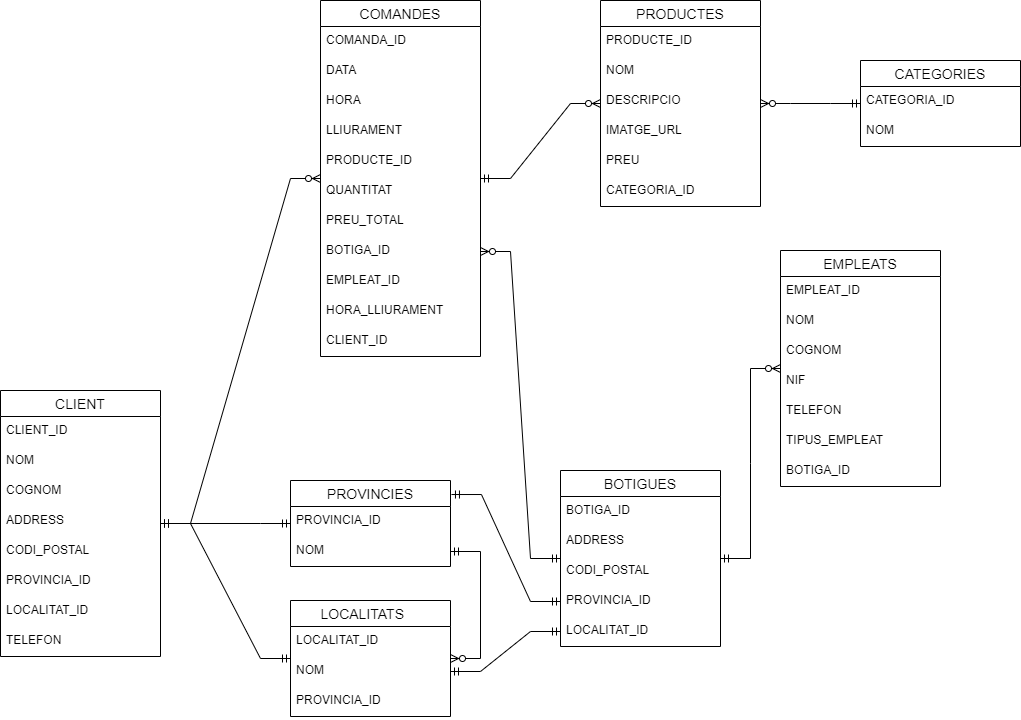
Above: Estructura de dades - MongoDB/pizzeria/pizzeria_diagram.png in oscarvargas4/itacademy-sprint2-datastructure (draw.io), before the change. Source tidied: cells renumbered, new cells last; positions are measured from the earlier drawing's top-left corner, leaving out a move shared by most shapes.
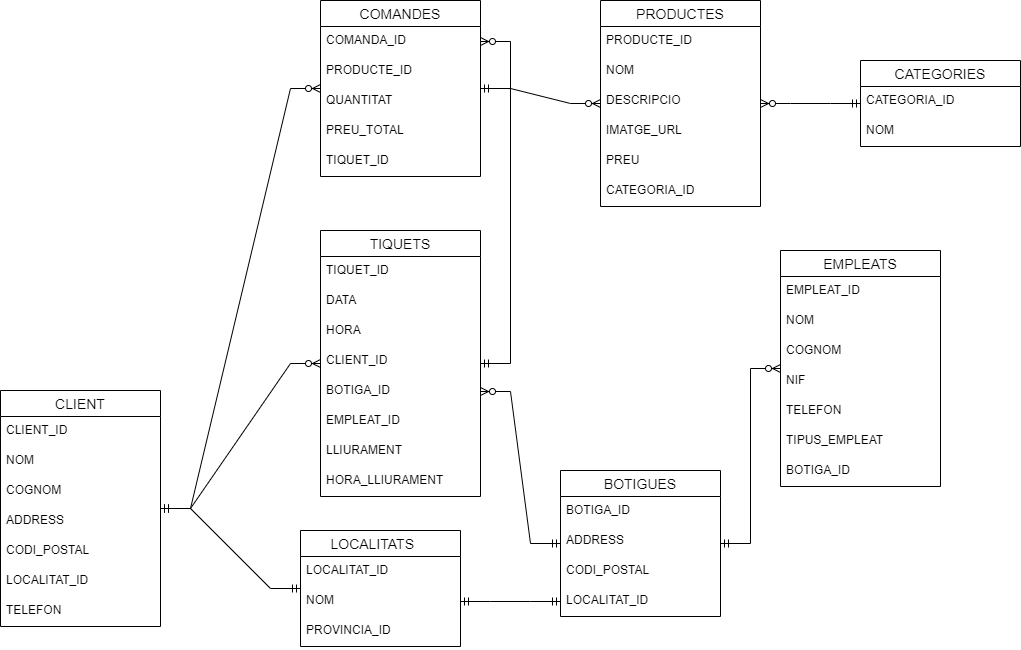
After the commit.

The edit, as a diff of the source:
```diff
@@ -3,7 +3,7 @@
     <mxCell id="0" />
     <mxCell id="1" parent="0" />
     <mxCell id="2" value="CLIENT" style="swimlane;fontStyle=0;horizontal=1;startSize=26;align=center;fontSize=14;" parent="1" vertex="1">
-      <mxGeometry y="390" width="160" height="266" as="geometry" />
+      <mxGeometry y="390" width="160" height="236" as="geometry" />
     </mxCell>
     <mxCell id="3" value="CLIENT_ID" style="text;strokeColor=none;fillColor=none;spacingLeft=4;spacingRight=4;overflow=hidden;fontSize=12;" parent="2" vertex="1">
       <mxGeometry y="26" width="160" height="30" as="geometry" />
@@ -20,26 +20,14 @@
     <mxCell id="7" value="CODI_POSTAL" style="text;strokeColor=none;fillColor=none;spacingLeft=4;spacingRight=4;overflow=hidden;fontSize=12;" parent="2" vertex="1">
       <mxGeometry y="146" width="160" height="30" as="geometry" />
     </mxCell>
-    <mxCell id="8" value="PROVINCIA_ID" style="text;strokeColor=none;fillColor=none;spacingLeft=4;spacingRight=4;overflow=hidden;fontSize=12;" parent="2" vertex="1">
-      <mxGeometry y="176" width="160" height="30" as="geometry" />
-    </mxCell>
     <mxCell id="9" value="LOCALITAT_ID" style="text;strokeColor=none;fillColor=none;spacingLeft=4;spacingRight=4;overflow=hidden;fontSize=12;" parent="2" vertex="1">
-      <mxGeometry y="206" width="160" height="30" as="geometry" />
+      <mxGeometry y="176" width="160" height="30" as="geometry" />
     </mxCell>
     <mxCell id="10" value="TELEFON" style="text;strokeColor=none;fillColor=none;spacingLeft=4;spacingRight=4;overflow=hidden;fontSize=12;" parent="2" vertex="1">
-      <mxGeometry y="236" width="160" height="30" as="geometry" />
+      <mxGeometry y="206" width="160" height="30" as="geometry" />
     </mxCell>
-    <mxCell id="11" value="PROVINCIES" style="swimlane;fontStyle=0;horizontal=1;startSize=26;align=center;fontSize=14;" parent="1" vertex="1">
-      <mxGeometry x="290" y="480" width="160" height="86" as="geometry" />
-    </mxCell>
-    <mxCell id="12" value="PROVINCIA_ID" style="text;strokeColor=none;fillColor=none;spacingLeft=4;spacingRight=4;overflow=hidden;fontSize=12;" parent="11" vertex="1">
-      <mxGeometry y="26" width="160" height="30" as="geometry" />
-    </mxCell>
-    <mxCell id="13" value="NOM" style="text;strokeColor=none;fillColor=none;spacingLeft=4;spacingRight=4;overflow=hidden;points=[[0,0.5],[1,0.5]];portConstraint=eastwest;fontSize=12;" parent="11" vertex="1">
-      <mxGeometry y="56" width="160" height="30" as="geometry" />
-    </mxCell>
     <mxCell id="14" value="LOCALITATS    " style="swimlane;fontStyle=0;horizontal=1;startSize=26;align=center;fontSize=14;" parent="1" vertex="1">
-      <mxGeometry x="290" y="600" width="160" height="116" as="geometry" />
+      <mxGeometry x="300" y="530" width="160" height="116" as="geometry" />
     </mxCell>
     <mxCell id="15" value="LOCALITAT_ID" style="text;strokeColor=none;fillColor=none;spacingLeft=4;spacingRight=4;overflow=hidden;fontSize=12;" parent="14" vertex="1">
       <mxGeometry y="26" width="160" height="30" as="geometry" />
@@ -50,51 +38,27 @@
     <mxCell id="17" value="PROVINCIA_ID" style="text;strokeColor=none;fillColor=none;spacingLeft=4;spacingRight=4;overflow=hidden;fontSize=12;" parent="14" vertex="1">
       <mxGeometry y="86" width="160" height="30" as="geometry" />
     </mxCell>
-    <mxCell id="18" style="edgeStyle=entityRelationEdgeStyle;fontSize=12;html=1;endArrow=ERzeroToMany;startArrow=ERmandOne;rounded=0;exitX=1;exitY=0.5;exitDx=0;exitDy=0;" parent="1" edge="1" source="13" target="14">
-      <mxGeometry relative="1" as="geometry" />
-    </mxCell>
     <mxCell id="19" style="edgeStyle=entityRelationEdgeStyle;fontSize=12;html=1;endArrow=ERmandOne;startArrow=ERmandOne;rounded=0;" parent="1" edge="1" source="2" target="14">
       <mxGeometry relative="1" as="geometry" />
     </mxCell>
-    <mxCell id="20" style="edgeStyle=entityRelationEdgeStyle;fontSize=12;html=1;endArrow=ERmandOne;startArrow=ERmandOne;rounded=0;" parent="1" edge="1" source="2" target="11">
-      <mxGeometry relative="1" as="geometry" />
-    </mxCell>
     <mxCell id="21" value="COMANDES" style="swimlane;fontStyle=0;horizontal=1;startSize=26;align=center;fontSize=14;" parent="1" vertex="1">
-      <mxGeometry x="320" width="160" height="356" as="geometry" />
+      <mxGeometry x="320" width="160" height="176" as="geometry" />
     </mxCell>
     <mxCell id="22" value="COMANDA_ID" style="text;strokeColor=none;fillColor=none;spacingLeft=4;spacingRight=4;overflow=hidden;points=[[0,0.5],[1,0.5]];portConstraint=eastwest;fontSize=12;" parent="21" vertex="1">
       <mxGeometry y="26" width="160" height="30" as="geometry" />
     </mxCell>
-    <mxCell id="23" value="DATA" style="text;strokeColor=none;fillColor=none;spacingLeft=4;spacingRight=4;overflow=hidden;fontSize=12;" parent="21" vertex="1">
-      <mxGeometry y="56" width="160" height="30" as="geometry" />
-    </mxCell>
-    <mxCell id="24" value="HORA" style="text;strokeColor=none;fillColor=none;spacingLeft=4;spacingRight=4;overflow=hidden;fontSize=12;" parent="21" vertex="1">
-      <mxGeometry y="86" width="160" height="30" as="geometry" />
-    </mxCell>
-    <mxCell id="25" value="LLIURAMENT" style="text;strokeColor=none;fillColor=none;spacingLeft=4;spacingRight=4;overflow=hidden;fontSize=12;" parent="21" vertex="1">
-      <mxGeometry y="116" width="160" height="30" as="geometry" />
-    </mxCell>
     <mxCell id="26" value="PRODUCTE_ID" style="text;strokeColor=none;fillColor=none;spacingLeft=4;spacingRight=4;overflow=hidden;fontSize=12;" parent="21" vertex="1">
-      <mxGeometry y="146" width="160" height="30" as="geometry" />
+      <mxGeometry y="56" width="160" height="30" as="geometry" />
     </mxCell>
     <mxCell id="27" value="QUANTITAT" style="text;strokeColor=none;fillColor=none;spacingLeft=4;spacingRight=4;overflow=hidden;fontSize=12;" parent="21" vertex="1">
-      <mxGeometry y="176" width="160" height="30" as="geometry" />
+      <mxGeometry y="86" width="160" height="30" as="geometry" />
     </mxCell>
     <mxCell id="28" value="PREU_TOTAL" style="text;strokeColor=none;fillColor=none;spacingLeft=4;spacingRight=4;overflow=hidden;fontSize=12;" parent="21" vertex="1">
-      <mxGeometry y="206" width="160" height="30" as="geometry" />
+      <mxGeometry y="116" width="160" height="30" as="geometry" />
     </mxCell>
-    <mxCell id="29" value="BOTIGA_ID" style="text;strokeColor=none;fillColor=none;spacingLeft=4;spacingRight=4;overflow=hidden;points=[[0,0.5],[1,0.5]];portConstraint=eastwest;fontSize=12;" parent="21" vertex="1">
-      <mxGeometry y="236" width="160" height="30" as="geometry" />
-    </mxCell>
-    <mxCell id="30" value="EMPLEAT_ID" style="text;strokeColor=none;fillColor=none;spacingLeft=4;spacingRight=4;overflow=hidden;fontSize=12;" parent="21" vertex="1">
-      <mxGeometry y="266" width="160" height="30" as="geometry" />
-    </mxCell>
-    <mxCell id="31" value="HORA_LLIURAMENT" style="text;strokeColor=none;fillColor=none;spacingLeft=4;spacingRight=4;overflow=hidden;fontSize=12;" parent="21" vertex="1">
-      <mxGeometry y="296" width="160" height="30" as="geometry" />
-    </mxCell>
-    <mxCell id="32" value="CLIENT_ID" style="text;strokeColor=none;fillColor=none;spacingLeft=4;spacingRight=4;overflow=hidden;fontSize=12;" parent="21" vertex="1">
-      <mxGeometry y="326" width="160" height="30" as="geometry" />
-    </mxCell>
+    <mxCell id="64" value="TIQUET_ID" style="text;strokeColor=none;fillColor=none;spacingLeft=4;spacingRight=4;overflow=hidden;fontSize=12;" parent="21" vertex="1">
+      <mxGeometry y="146" width="160" height="30" as="geometry" />
+    </mxCell>
     <mxCell id="33" style="edgeStyle=entityRelationEdgeStyle;fontSize=12;html=1;endArrow=ERzeroToMany;startArrow=ERmandOne;rounded=0;" parent="1" edge="1" source="2" target="21">
       <mxGeometry relative="1" as="geometry" />
     </mxCell>
@@ -135,7 +99,7 @@
       <mxGeometry relative="1" as="geometry" />
     </mxCell>
     <mxCell id="46" value="BOTIGUES" style="swimlane;fontStyle=0;horizontal=1;startSize=26;align=center;fontSize=14;" parent="1" vertex="1">
-      <mxGeometry x="560" y="470" width="160" height="176" as="geometry" />
+      <mxGeometry x="560" y="470" width="160" height="146" as="geometry" />
     </mxCell>
     <mxCell id="47" value="BOTIGA_ID" style="text;strokeColor=none;fillColor=none;spacingLeft=4;spacingRight=4;overflow=hidden;fontSize=12;" parent="46" vertex="1">
       <mxGeometry y="26" width="160" height="30" as="geometry" />
@@ -146,11 +110,8 @@
     <mxCell id="49" value="CODI_POSTAL" style="text;strokeColor=none;fillColor=none;spacingLeft=4;spacingRight=4;overflow=hidden;fontSize=12;" parent="46" vertex="1">
       <mxGeometry y="86" width="160" height="30" as="geometry" />
     </mxCell>
-    <mxCell id="50" value="PROVINCIA_ID" style="text;strokeColor=none;fillColor=none;spacingLeft=4;spacingRight=4;overflow=hidden;points=[[0,0.5],[1,0.5]];portConstraint=eastwest;fontSize=12;" parent="46" vertex="1">
-      <mxGeometry y="116" width="160" height="30" as="geometry" />
-    </mxCell>
     <mxCell id="51" value="LOCALITAT_ID" style="text;strokeColor=none;fillColor=none;spacingLeft=4;spacingRight=4;overflow=hidden;points=[[0,0.5],[1,0.5]];portConstraint=eastwest;fontSize=12;" parent="46" vertex="1">
-      <mxGeometry y="146" width="160" height="30" as="geometry" />
+      <mxGeometry y="116" width="160" height="30" as="geometry" />
     </mxCell>
     <mxCell id="52" style="edgeStyle=entityRelationEdgeStyle;fontSize=12;html=1;endArrow=ERzeroToMany;startArrow=ERmandOne;rounded=0;entryX=1;entryY=0.5;entryDx=0;entryDy=0;" parent="1" edge="1" source="46" target="29">
       <mxGeometry relative="1" as="geometry" />
@@ -182,11 +143,41 @@
     <mxCell id="61" style="edgeStyle=entityRelationEdgeStyle;fontSize=12;html=1;endArrow=ERzeroToMany;startArrow=ERmandOne;rounded=0;" parent="1" edge="1" source="46" target="53">
       <mxGeometry relative="1" as="geometry" />
     </mxCell>
-    <mxCell id="62" style="edgeStyle=entityRelationEdgeStyle;fontSize=12;html=1;endArrow=ERmandOne;startArrow=ERmandOne;rounded=0;exitX=0;exitY=0.5;exitDx=0;exitDy=0;entryX=1.006;entryY=0.163;entryDx=0;entryDy=0;entryPerimeter=0;" parent="1" edge="1" source="50" target="11">
-      <mxGeometry relative="1" as="geometry" />
-    </mxCell>
     <mxCell id="63" style="edgeStyle=entityRelationEdgeStyle;fontSize=12;html=1;endArrow=ERmandOne;startArrow=ERmandOne;rounded=0;exitX=0;exitY=0.5;exitDx=0;exitDy=0;entryX=1;entryY=0.5;entryDx=0;entryDy=0;" parent="1" edge="1" source="51" target="16">
       <mxGeometry relative="1" as="geometry" />
     </mxCell>
+    <mxCell id="65" value="TIQUETS" style="swimlane;fontStyle=0;horizontal=1;startSize=26;align=center;fontSize=14;" parent="1" vertex="1">
+      <mxGeometry x="320" y="230" width="160" height="266" as="geometry" />
+    </mxCell>
+    <mxCell id="66" value="TIQUET_ID" style="text;strokeColor=none;fillColor=none;spacingLeft=4;spacingRight=4;overflow=hidden;fontSize=12;" parent="65" vertex="1">
+      <mxGeometry y="26" width="160" height="30" as="geometry" />
+    </mxCell>
+    <mxCell id="23" value="DATA" style="text;strokeColor=none;fillColor=none;spacingLeft=4;spacingRight=4;overflow=hidden;fontSize=12;" parent="65" vertex="1">
+      <mxGeometry y="56" width="160" height="30" as="geometry" />
+    </mxCell>
+    <mxCell id="24" value="HORA" style="text;strokeColor=none;fillColor=none;spacingLeft=4;spacingRight=4;overflow=hidden;fontSize=12;" parent="65" vertex="1">
+      <mxGeometry y="86" width="160" height="30" as="geometry" />
+    </mxCell>
+    <mxCell id="32" value="CLIENT_ID" style="text;strokeColor=none;fillColor=none;spacingLeft=4;spacingRight=4;overflow=hidden;fontSize=12;" parent="65" vertex="1">
+      <mxGeometry y="116" width="160" height="30" as="geometry" />
+    </mxCell>
+    <mxCell id="29" value="BOTIGA_ID" style="text;strokeColor=none;fillColor=none;spacingLeft=4;spacingRight=4;overflow=hidden;points=[[0,0.5],[1,0.5]];portConstraint=eastwest;fontSize=12;" parent="65" vertex="1">
+      <mxGeometry y="146" width="160" height="30" as="geometry" />
+    </mxCell>
+    <mxCell id="30" value="EMPLEAT_ID" style="text;strokeColor=none;fillColor=none;spacingLeft=4;spacingRight=4;overflow=hidden;fontSize=12;" parent="65" vertex="1">
+      <mxGeometry y="176" width="160" height="30" as="geometry" />
+    </mxCell>
+    <mxCell id="25" value="LLIURAMENT" style="text;strokeColor=none;fillColor=none;spacingLeft=4;spacingRight=4;overflow=hidden;fontSize=12;" parent="65" vertex="1">
+      <mxGeometry y="206" width="160" height="30" as="geometry" />
+    </mxCell>
+    <mxCell id="31" value="HORA_LLIURAMENT" style="text;strokeColor=none;fillColor=none;spacingLeft=4;spacingRight=4;overflow=hidden;fontSize=12;" parent="65" vertex="1">
+      <mxGeometry y="236" width="160" height="30" as="geometry" />
+    </mxCell>
+    <mxCell id="67" style="edgeStyle=entityRelationEdgeStyle;fontSize=12;html=1;endArrow=ERzeroToMany;startArrow=ERmandOne;rounded=0;" parent="1" edge="1" source="65" target="22">
+      <mxGeometry relative="1" as="geometry" />
+    </mxCell>
+    <mxCell id="68" style="edgeStyle=entityRelationEdgeStyle;fontSize=12;html=1;endArrow=ERzeroToMany;startArrow=ERmandOne;rounded=0;" parent="1" edge="1" source="2" target="65">
+      <mxGeometry relative="1" as="geometry" />
+    </mxCell>
   </root>
 </mxGraphModel>
```
